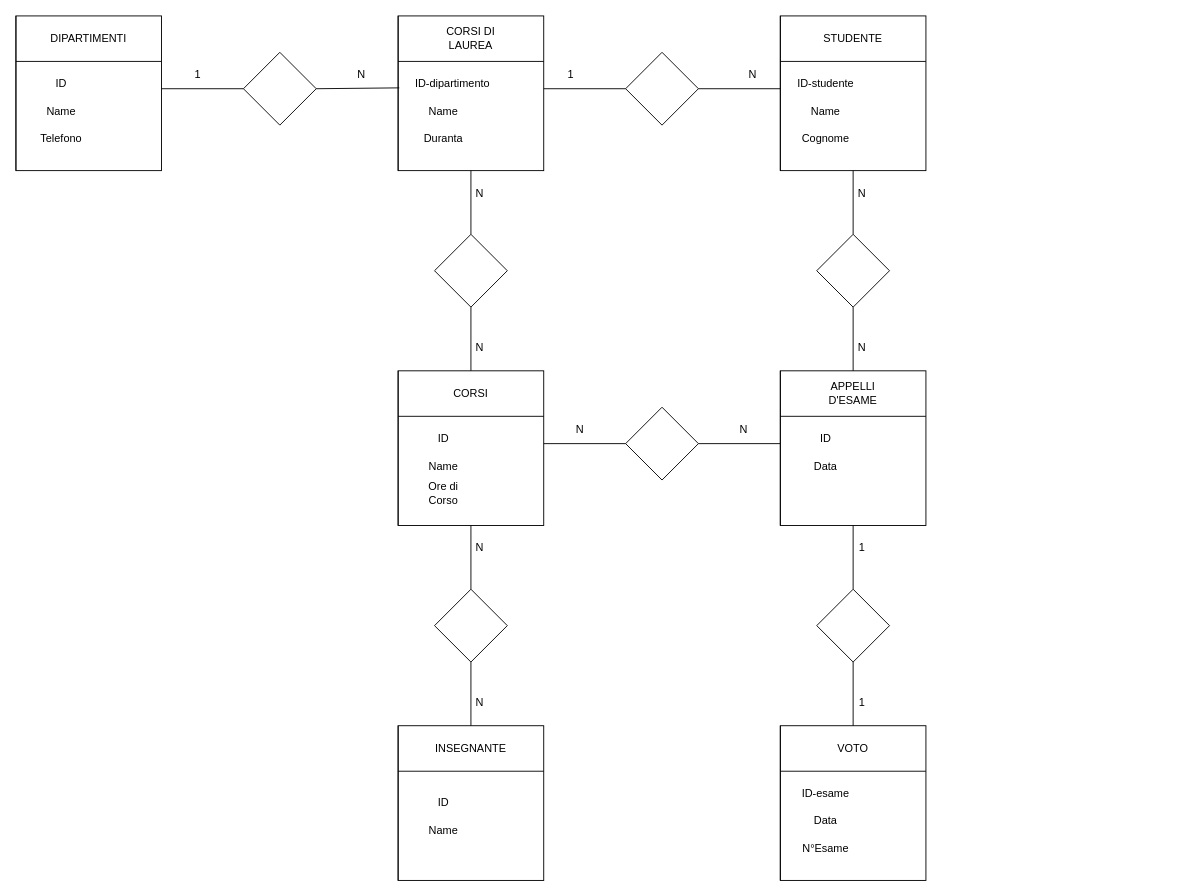
Earlier version of the draw.io diagram diagramma_db.drawio (DarioDC95/db-university). Source tidied: cells renumbered, new cells numbered last; positions are measured from the earlier drawing's top-left corner, leaving out a move shared by most shapes. Both pictures are drawn from the tidied source at 91%, with x=0, y=0 at pixel (15, 15).
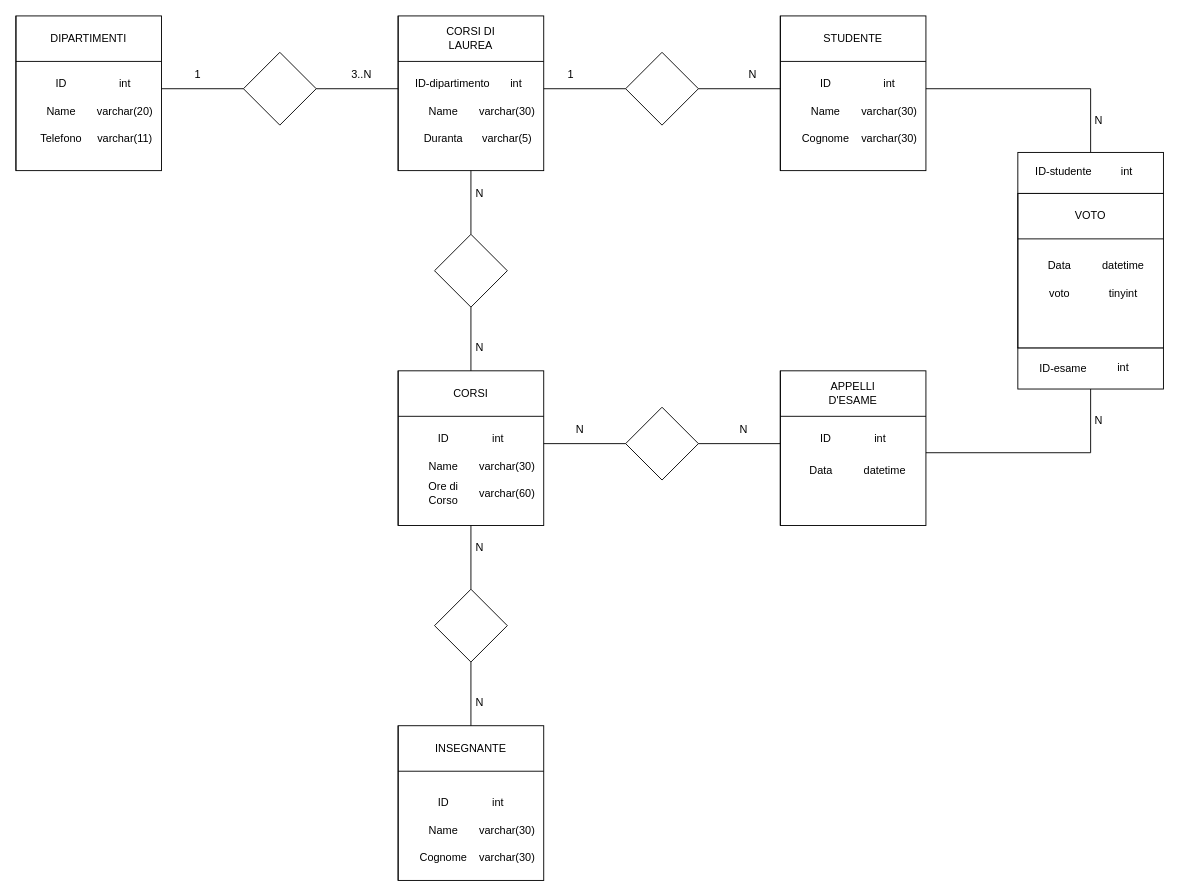
The same page after the edit.

The change refers to these unchanged cells:
```xml
<mxCell id="6" style="shape=internalStorage;whiteSpace=wrap;html=1;backgroundOutline=1;dx=0;dy=50;" parent="1" vertex="1">
  <mxGeometry x="420" width="160" height="170" as="geometry" />
</mxCell>
<mxCell id="10" style="rhombus;whiteSpace=wrap;html=1;" parent="1" vertex="1">
  <mxGeometry x="250" y="40" width="80" height="80" as="geometry" />
</mxCell>
```

What changed in the source:
```diff
@@
-    <mxCell id="12" style="endArrow=none;html=1;rounded=0;exitX=1;exitY=0.5;exitDx=0;exitDy=0;entryX=0.008;entryY=0.465;entryDx=0;entryDy=0;entryPerimeter=0;" parent="1" edge="1" source="10" target="6">
-      <mxGeometry relative="1" as="geometry" />
+    <mxCell id="12" style="endArrow=none;html=1;rounded=0;exitX=1;exitY=0.5;exitDx=0;exitDy=0;" parent="1" edge="1" source="10">
+      <mxGeometry relative="1" as="geometry">
+        <mxPoint x="420" y="80" as="targetPoint" />
+      </mxGeometry>
     </mxCell>
@@
-    <mxCell id="14" value="N" style="text;html=1;strokeColor=none;fillColor=none;align=center;verticalAlign=middle;whiteSpace=wrap;rounded=0;" parent="1" vertex="1">
+    <mxCell id="14" value="3..N" style="text;html=1;strokeColor=none;fillColor=none;align=center;verticalAlign=middle;whiteSpace=wrap;rounded=0;" parent="1" vertex="1">
       <mxGeometry x="350" y="50" width="60" height="30" as="geometry" />
     </mxCell>
@@
-    <mxCell id="36" value="Data" style="text;html=1;strokeColor=none;fillColor=none;align=center;verticalAlign=middle;whiteSpace=wrap;rounded=0;" parent="1" vertex="1">
-      <mxGeometry x="860" y="480" width="60" height="30" as="geometry" />
-    </mxCell>
@@
-    <mxCell id="48" value="ID-studente" style="text;html=1;strokeColor=none;fillColor=none;align=center;verticalAlign=middle;whiteSpace=wrap;rounded=0;" parent="1" vertex="1">
+    <mxCell id="48" value="ID" style="text;html=1;strokeColor=none;fillColor=none;align=center;verticalAlign=middle;whiteSpace=wrap;rounded=0;" parent="1" vertex="1">
       <mxGeometry x="840" y="60" width="100" height="30" as="geometry" />
     </mxCell>
@@
-    <mxCell id="55" style="rhombus;whiteSpace=wrap;html=1;" parent="1" vertex="1">
-      <mxGeometry x="880" y="240" width="80" height="80" as="geometry" />
-    </mxCell>
-    <mxCell id="56" style="endArrow=none;html=1;rounded=0;entryX=0.5;entryY=0;entryDx=0;entryDy=0;exitX=0.5;exitY=1;exitDx=0;exitDy=0;" parent="1" edge="1" target="55">
+    <mxCell id="56" style="endArrow=none;html=1;rounded=0;entryX=0.5;entryY=0;entryDx=0;entryDy=0;exitX=0.5;exitY=1;exitDx=0;exitDy=0;" parent="1" edge="1">
       <mxGeometry relative="1" as="geometry">
-        <mxPoint x="920" y="170" as="sourcePoint" />
+        <mxPoint x="1181" y="80" as="sourcePoint" />
+        <mxPoint x="1181" y="150" as="targetPoint" />
       </mxGeometry>
     </mxCell>
-    <mxCell id="57" style="endArrow=none;html=1;rounded=0;exitX=0.5;exitY=1;exitDx=0;exitDy=0;entryX=0.5;entryY=0;entryDx=0;entryDy=0;" parent="1" edge="1" source="55">
+    <mxCell id="57" style="endArrow=none;html=1;rounded=0;exitX=0.5;exitY=1;exitDx=0;exitDy=0;entryX=0.5;entryY=0;entryDx=0;entryDy=0;" parent="1" edge="1">
       <mxGeometry relative="1" as="geometry">
-        <mxPoint x="920" y="390" as="targetPoint" />
+        <mxPoint x="1181" y="410" as="sourcePoint" />
+        <mxPoint x="1181" y="480" as="targetPoint" />
       </mxGeometry>
     </mxCell>
     <mxCell id="58" value="N" style="text;html=1;strokeColor=none;fillColor=none;align=center;verticalAlign=middle;whiteSpace=wrap;rounded=0;" parent="1" vertex="1">
-      <mxGeometry x="900" y="180" width="60" height="30" as="geometry" />
+      <mxGeometry x="1160" y="100" width="60" height="30" as="geometry" />
     </mxCell>
     <mxCell id="59" value="N" style="text;html=1;strokeColor=none;fillColor=none;align=center;verticalAlign=middle;whiteSpace=wrap;rounded=0;" parent="1" vertex="1">
-      <mxGeometry x="900" y="350" width="60" height="30" as="geometry" />
+      <mxGeometry x="1160" y="430" width="60" height="30" as="geometry" />
     </mxCell>
     <mxCell id="60" style="shape=internalStorage;whiteSpace=wrap;html=1;backgroundOutline=1;dx=0;dy=50;" parent="1" vertex="1">
-      <mxGeometry x="840" y="780" width="160" height="170" as="geometry" />
+      <mxGeometry x="1101" y="195" width="160" height="170" as="geometry" />
     </mxCell>
     <mxCell id="61" value="VOTO" style="text;strokeColor=none;align=center;fillColor=none;html=1;verticalAlign=middle;whiteSpace=wrap;rounded=0;" parent="1" vertex="1">
-      <mxGeometry x="890" y="790" width="60" height="30" as="geometry" />
+      <mxGeometry x="1151" y="205" width="60" height="30" as="geometry" />
     </mxCell>
+    <mxCell id="63" value="Data" style="text;html=1;strokeColor=none;fillColor=none;align=center;verticalAlign=middle;whiteSpace=wrap;rounded=0;" parent="1" vertex="1">
+      <mxGeometry x="1116.5" y="260" width="60" height="30" as="geometry" />
+    </mxCell>
+    <mxCell id="69" value="voto" style="text;html=1;strokeColor=none;fillColor=none;align=center;verticalAlign=middle;whiteSpace=wrap;rounded=0;" parent="1" vertex="1">
+      <mxGeometry x="1116.5" y="290" width="60" height="30" as="geometry" />
+    </mxCell>
+    <mxCell id="70" value="int" style="text;html=1;strokeColor=none;fillColor=none;align=center;verticalAlign=middle;whiteSpace=wrap;rounded=0;" parent="1" vertex="1">
+      <mxGeometry x="90" y="60" width="60" height="30" as="geometry" />
+    </mxCell>
+    <mxCell id="71" value="varchar(20)" style="text;html=1;strokeColor=none;fillColor=none;align=center;verticalAlign=middle;whiteSpace=wrap;rounded=0;" parent="1" vertex="1">
+      <mxGeometry x="90" y="90" width="60" height="30" as="geometry" />
+    </mxCell>
+    <mxCell id="72" value="varchar(11)" style="text;html=1;strokeColor=none;fillColor=none;align=center;verticalAlign=middle;whiteSpace=wrap;rounded=0;" parent="1" vertex="1">
+      <mxGeometry x="90" y="120" width="60" height="30" as="geometry" />
+    </mxCell>
+    <mxCell id="73" value="int" style="text;html=1;strokeColor=none;fillColor=none;align=center;verticalAlign=middle;whiteSpace=wrap;rounded=0;" parent="1" vertex="1">
+      <mxGeometry x="520" y="60" width="60" height="30" as="geometry" />
+    </mxCell>
+    <mxCell id="74" value="int" style="text;html=1;strokeColor=none;fillColor=none;align=center;verticalAlign=middle;whiteSpace=wrap;rounded=0;" parent="1" vertex="1">
+      <mxGeometry x="930" y="60" width="60" height="30" as="geometry" />
+    </mxCell>
+    <mxCell id="75" value="varchar(30)" style="text;html=1;strokeColor=none;fillColor=none;align=center;verticalAlign=middle;whiteSpace=wrap;rounded=0;" parent="1" vertex="1">
+      <mxGeometry x="510" y="90" width="60" height="30" as="geometry" />
+    </mxCell>
+    <mxCell id="76" value="varchar(30)" style="text;html=1;strokeColor=none;fillColor=none;align=center;verticalAlign=middle;whiteSpace=wrap;rounded=0;" parent="1" vertex="1">
+      <mxGeometry x="930" y="90" width="60" height="30" as="geometry" />
+    </mxCell>
+    <mxCell id="77" value="varchar(30)" style="text;html=1;strokeColor=none;fillColor=none;align=center;verticalAlign=middle;whiteSpace=wrap;rounded=0;" parent="1" vertex="1">
+      <mxGeometry x="510" y="480" width="60" height="30" as="geometry" />
+    </mxCell>
+    <mxCell id="78" value="varchar(30)" style="text;html=1;strokeColor=none;fillColor=none;align=center;verticalAlign=middle;whiteSpace=wrap;rounded=0;" parent="1" vertex="1">
+      <mxGeometry x="510" y="880" width="60" height="30" as="geometry" />
+    </mxCell>
+    <mxCell id="79" value="int" style="text;html=1;strokeColor=none;fillColor=none;align=center;verticalAlign=middle;whiteSpace=wrap;rounded=0;" parent="1" vertex="1">
+      <mxGeometry x="500" y="450" width="60" height="30" as="geometry" />
+    </mxCell>
+    <mxCell id="80" value="int" style="text;html=1;strokeColor=none;fillColor=none;align=center;verticalAlign=middle;whiteSpace=wrap;rounded=0;" parent="1" vertex="1">
+      <mxGeometry x="920" y="450" width="60" height="30" as="geometry" />
+    </mxCell>
+    <mxCell id="81" value="int" style="text;html=1;strokeColor=none;fillColor=none;align=center;verticalAlign=middle;whiteSpace=wrap;rounded=0;" parent="1" vertex="1">
+      <mxGeometry x="500" y="850" width="60" height="30" as="geometry" />
+    </mxCell>
+    <mxCell id="82" value="datetime" style="text;html=1;strokeColor=none;fillColor=none;align=center;verticalAlign=middle;whiteSpace=wrap;rounded=0;" parent="1" vertex="1">
+      <mxGeometry x="1186.5" y="260" width="60" height="30" as="geometry" />
+    </mxCell>
+    <mxCell id="83" value="varchar(30)" style="text;html=1;strokeColor=none;fillColor=none;align=center;verticalAlign=middle;whiteSpace=wrap;rounded=0;" parent="1" vertex="1">
+      <mxGeometry x="930" y="120" width="60" height="30" as="geometry" />
+    </mxCell>
+    <mxCell id="84" value="Cognome" style="text;html=1;strokeColor=none;fillColor=none;align=center;verticalAlign=middle;whiteSpace=wrap;rounded=0;" parent="1" vertex="1">
+      <mxGeometry x="440" y="910" width="60" height="30" as="geometry" />
+    </mxCell>
+    <mxCell id="85" value="varchar(30)" style="text;html=1;strokeColor=none;fillColor=none;align=center;verticalAlign=middle;whiteSpace=wrap;rounded=0;" parent="1" vertex="1">
+      <mxGeometry x="510" y="910" width="60" height="30" as="geometry" />
+    </mxCell>
+    <mxCell id="86" value="varchar(60)" style="text;html=1;strokeColor=none;fillColor=none;align=center;verticalAlign=middle;whiteSpace=wrap;rounded=0;" parent="1" vertex="1">
+      <mxGeometry x="510" y="510" width="60" height="30" as="geometry" />
+    </mxCell>
+    <mxCell id="87" value="tinyint" style="text;html=1;strokeColor=none;fillColor=none;align=center;verticalAlign=middle;whiteSpace=wrap;rounded=0;" parent="1" vertex="1">
+      <mxGeometry x="1186.5" y="290" width="60" height="30" as="geometry" />
+    </mxCell>
+    <mxCell id="88" style="rounded=0;whiteSpace=wrap;html=1;" parent="1" vertex="1">
+      <mxGeometry x="1101" y="365" width="160" height="45" as="geometry" />
+    </mxCell>
     <mxCell id="62" value="ID-esame" style="text;html=1;strokeColor=none;fillColor=none;align=center;verticalAlign=middle;whiteSpace=wrap;rounded=0;" parent="1" vertex="1">
-      <mxGeometry x="860" y="840" width="60" height="30" as="geometry" />
+      <mxGeometry x="1121" y="372.5" width="60" height="30" as="geometry" />
     </mxCell>
-    <mxCell id="63" value="Data" style="text;html=1;strokeColor=none;fillColor=none;align=center;verticalAlign=middle;whiteSpace=wrap;rounded=0;" parent="1" vertex="1">
-      <mxGeometry x="860" y="870" width="60" height="30" as="geometry" />
-    </mxCell>
-    <mxCell id="64" style="rhombus;whiteSpace=wrap;html=1;" parent="1" vertex="1">
-      <mxGeometry x="880" y="630" width="80" height="80" as="geometry" />
-    </mxCell>
-    <mxCell id="65" style="endArrow=none;html=1;rounded=0;entryX=0.5;entryY=1;entryDx=0;entryDy=0;exitX=0.5;exitY=0;exitDx=0;exitDy=0;" parent="1" edge="1" source="64">
-      <mxGeometry relative="1" as="geometry">
-        <mxPoint x="920" y="560" as="targetPoint" />
-      </mxGeometry>
-    </mxCell>
-    <mxCell id="66" style="endArrow=none;html=1;rounded=0;exitX=0.5;exitY=0;exitDx=0;exitDy=0;" parent="1" edge="1">
-      <mxGeometry relative="1" as="geometry">
-        <mxPoint x="920" y="780" as="sourcePoint" />
-        <mxPoint x="920" y="710" as="targetPoint" />
-      </mxGeometry>
-    </mxCell>
-    <mxCell id="67" value="1" style="text;html=1;strokeColor=none;fillColor=none;align=center;verticalAlign=middle;whiteSpace=wrap;rounded=0;" parent="1" vertex="1">
-      <mxGeometry x="900" y="740" width="60" height="30" as="geometry" />
-    </mxCell>
-    <mxCell id="68" value="1" style="text;html=1;strokeColor=none;fillColor=none;align=center;verticalAlign=middle;whiteSpace=wrap;rounded=0;" parent="1" vertex="1">
-      <mxGeometry x="900" y="570" width="60" height="30" as="geometry" />
-    </mxCell>
-    <mxCell id="69" value="N°Esame" style="text;html=1;strokeColor=none;fillColor=none;align=center;verticalAlign=middle;whiteSpace=wrap;rounded=0;" parent="1" vertex="1">
-      <mxGeometry x="860" y="900" width="60" height="30" as="geometry" />
-    </mxCell>
+    <mxCell id="89" value="int" style="text;html=1;strokeColor=none;fillColor=none;align=center;verticalAlign=middle;whiteSpace=wrap;rounded=0;" parent="1" vertex="1">
+      <mxGeometry x="1186.5" y="371.2" width="60" height="32.5" as="geometry" />
+    </mxCell>
+    <mxCell id="90" style="rounded=0;whiteSpace=wrap;html=1;" parent="1" vertex="1">
+      <mxGeometry x="1101" y="150" width="160" height="45" as="geometry" />
+    </mxCell>
+    <mxCell id="91" value="ID-studente" style="text;html=1;strokeColor=none;fillColor=none;align=center;verticalAlign=middle;whiteSpace=wrap;rounded=0;" parent="1" vertex="1">
+      <mxGeometry x="1116.5" y="156.2" width="69" height="30" as="geometry" />
+    </mxCell>
+    <mxCell id="92" value="int" style="text;html=1;strokeColor=none;fillColor=none;align=center;verticalAlign=middle;whiteSpace=wrap;rounded=0;" parent="1" vertex="1">
+      <mxGeometry x="1191" y="155" width="60" height="32.5" as="geometry" />
+    </mxCell>
+    <mxCell id="93" style="endArrow=none;html=1;rounded=0;" parent="1" edge="1">
+      <mxGeometry relative="1" as="geometry">
+        <mxPoint x="1000" y="480" as="sourcePoint" />
+        <mxPoint x="1181" y="480" as="targetPoint" />
+      </mxGeometry>
+    </mxCell>
+    <mxCell id="94" style="endArrow=none;html=1;rounded=0;" parent="1" edge="1">
+      <mxGeometry relative="1" as="geometry">
+        <mxPoint x="1000" y="80" as="sourcePoint" />
+        <mxPoint x="1181" y="80" as="targetPoint" />
+      </mxGeometry>
+    </mxCell>
+    <mxCell id="95" value="varchar(5)" style="text;html=1;strokeColor=none;fillColor=none;align=center;verticalAlign=middle;whiteSpace=wrap;rounded=0;" parent="1" vertex="1">
+      <mxGeometry x="510" y="120" width="60" height="30" as="geometry" />
+    </mxCell>
+    <mxCell id="36" value="Data" style="text;html=1;strokeColor=none;fillColor=none;align=center;verticalAlign=middle;whiteSpace=wrap;rounded=0;" parent="1" vertex="1">
+      <mxGeometry x="855" y="485" width="60" height="30" as="geometry" />
+    </mxCell>
+    <mxCell id="96" value="datetime" style="text;html=1;strokeColor=none;fillColor=none;align=center;verticalAlign=middle;whiteSpace=wrap;rounded=0;" parent="1" vertex="1">
+      <mxGeometry x="925" y="485" width="60" height="30" as="geometry" />
+    </mxCell>
```
